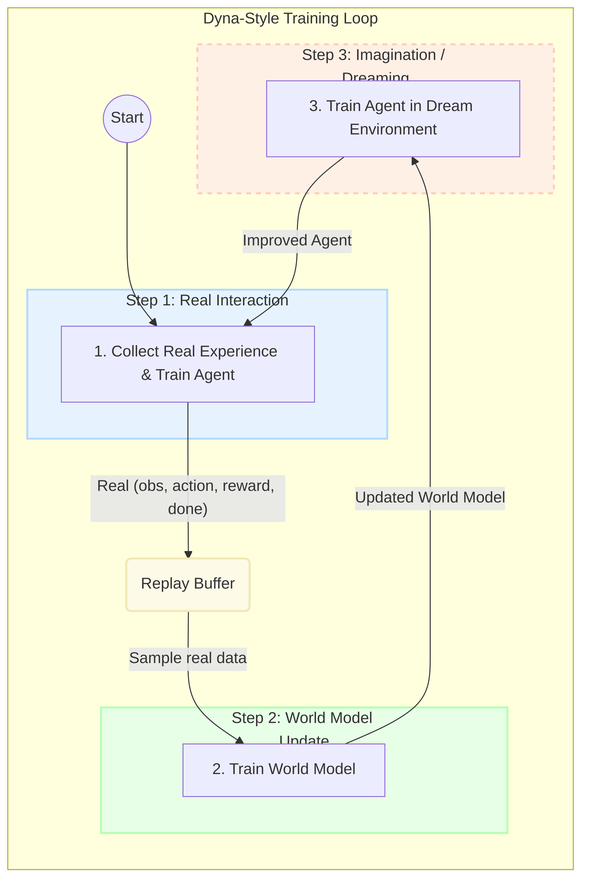
Earlier version of the Mermaid export images/diagrams/dyna.png (Emtrixx/car-racing-world-model). Its source is kept beside it as diagrams/dyna.mmd. Source of this version:
```mermaid
graph TD
    subgraph "Dyna-Style Training Loop"
        direction TB
        Start((Start)) --> Collect[1. Collect Real Experience & Train Agent];
        Collect -- "Real (obs, action, reward, done)" --> Buffer(Replay Buffer);
        Buffer -- "Sample real data" --> TrainWM[2. Train World Model];
        TrainWM -- "Updated World Model" --> Dream[3. Train Agent in Dream Environment];
        Dream -- "Improved Agent" --> Collect;

        subgraph s1 ["Step 1: Real Interaction"]
            Collect
        end

        subgraph s2 ["Step 2: World Model Update"]
            TrainWM
        end

        subgraph s3 ["Step 3: Imagination / Dreaming"]
            Dream
        end
    end

    classDef buffer fill:#fdfae8,stroke:#f2e7b3,stroke-width:2px,color:#333;
    classDef style1 fill:#e6f3ff,stroke:#b3d9ff,stroke-width:2px,color:#333;
    classDef style2 fill:#e6ffe6,stroke:#b3ffb3,stroke-width:2px,color:#333;
    classDef style3 fill:#fff0e6,stroke:#ffccb3,stroke-width:2px,stroke-dasharray: 5 5,color:#333;

    class Buffer buffer;
    class s1 style1;
    class s2 style2;
    class s3 style3;
```
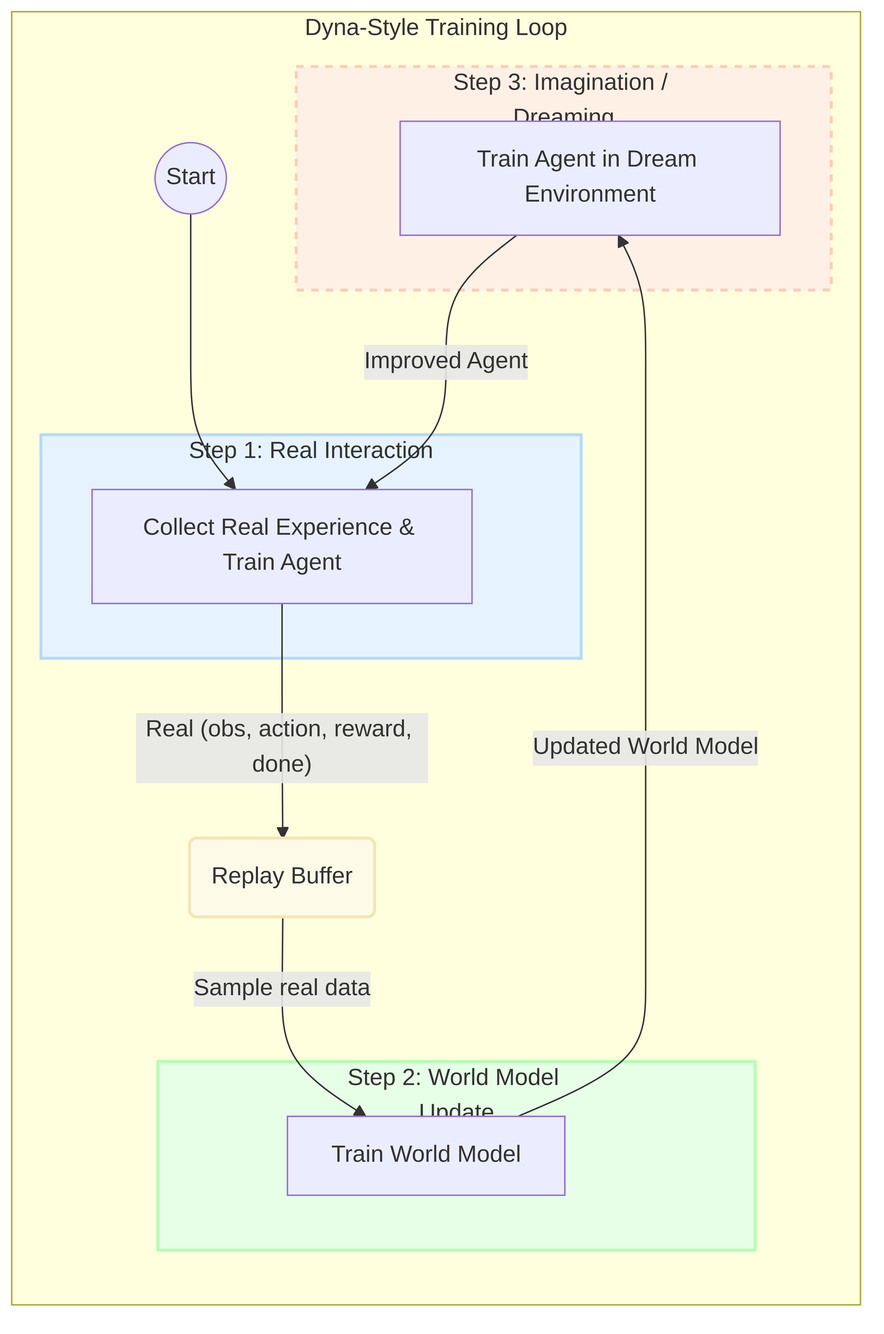
After the change.

Change to the diagram source:
```diff
@@ -1,10 +1,10 @@
 graph TD
     subgraph "Dyna-Style Training Loop"
         direction TB
-        Start((Start)) --> Collect[1. Collect Real Experience & Train Agent];
+        Start((Start)) --> Collect[Collect Real Experience & Train Agent];
         Collect -- "Real (obs, action, reward, done)" --> Buffer(Replay Buffer);
-        Buffer -- "Sample real data" --> TrainWM[2. Train World Model];
-        TrainWM -- "Updated World Model" --> Dream[3. Train Agent in Dream Environment];
+        Buffer -- "Sample real data" --> TrainWM[Train World Model];
+        TrainWM -- "Updated World Model" --> Dream[Train Agent in Dream Environment];
         Dream -- "Improved Agent" --> Collect;
 
         subgraph s1 ["Step 1: Real Interaction"]
```
